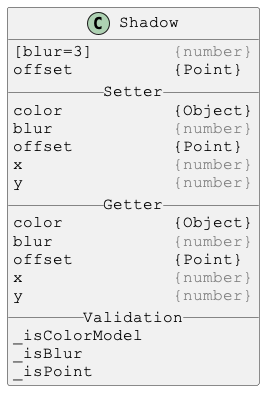
Above: docs/PlantUml/images/Shadow.png in Justin-Byrne/canvasLab (PlantUML), before the change.
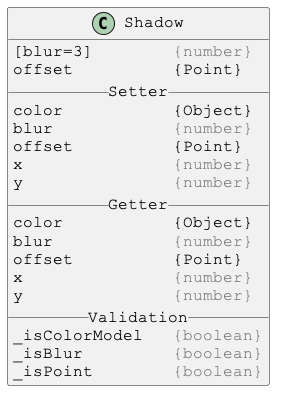
Above is the later version.

Change to the diagram source:
```diff
@@ -19,9 +19,9 @@
 x               <color:gray>{number}</color>
 y               <color:gray>{number}</color>
 __ Validation __
-_isColorModel
-_isBlur
-_isPoint
+_isColorModel   <color:gray>{boolean}</color>
+_isBlur         <color:gray>{boolean}</color>
+_isPoint        <color:gray>{boolean}</color>
 }
 
 @enduml
```
